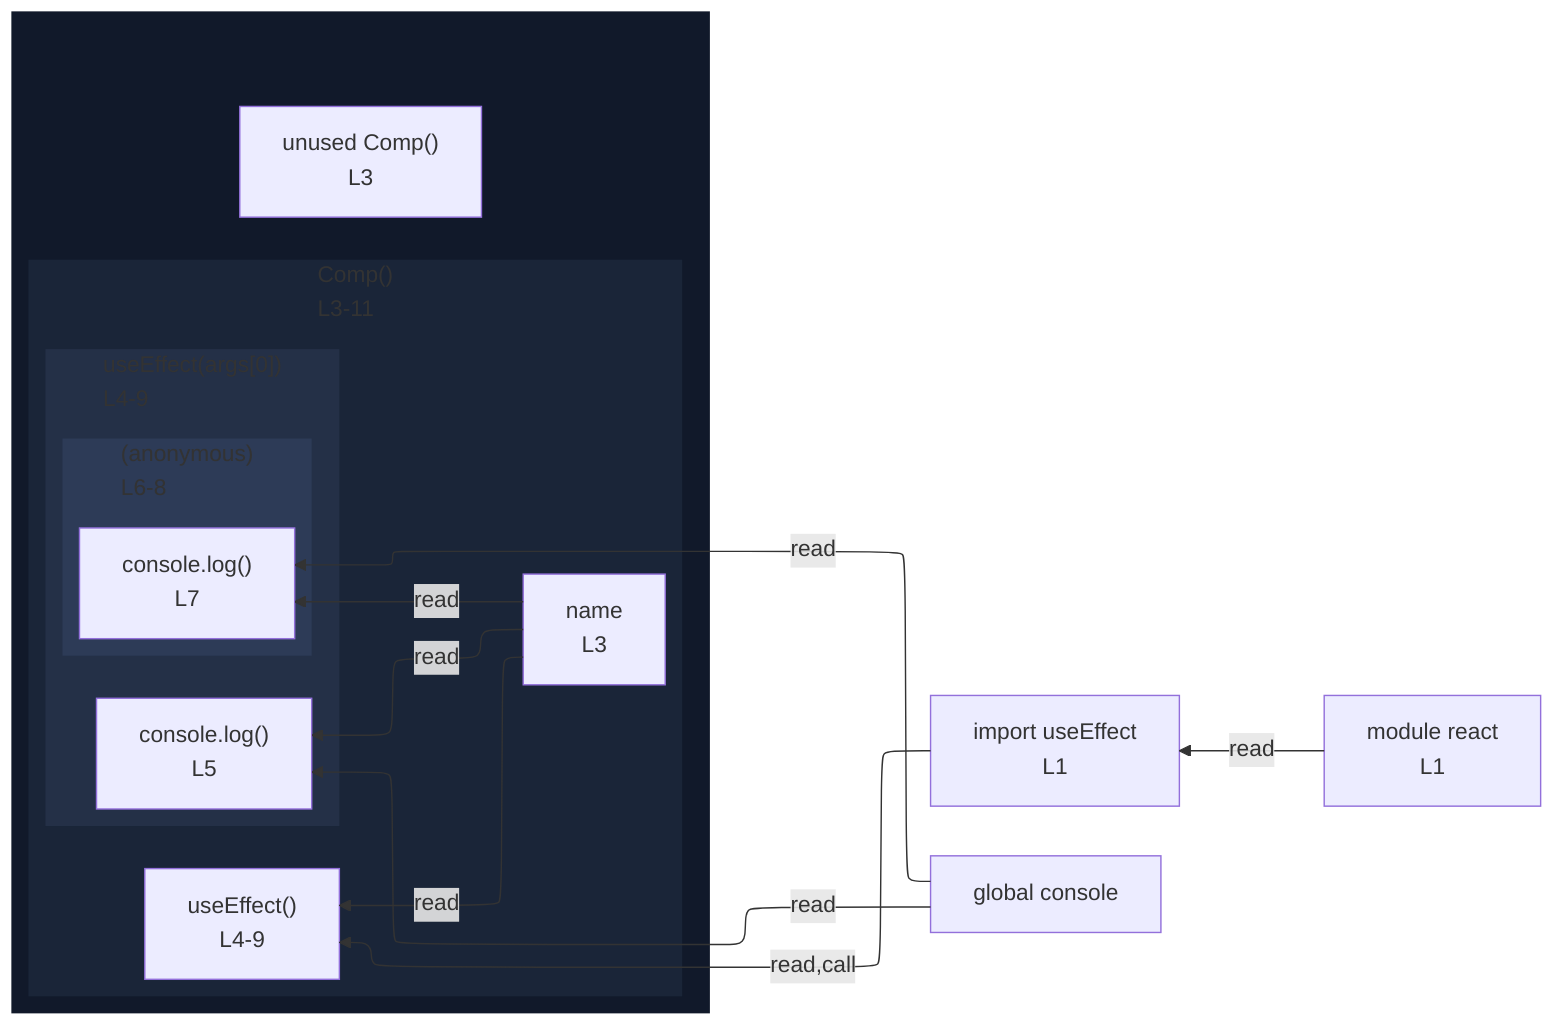
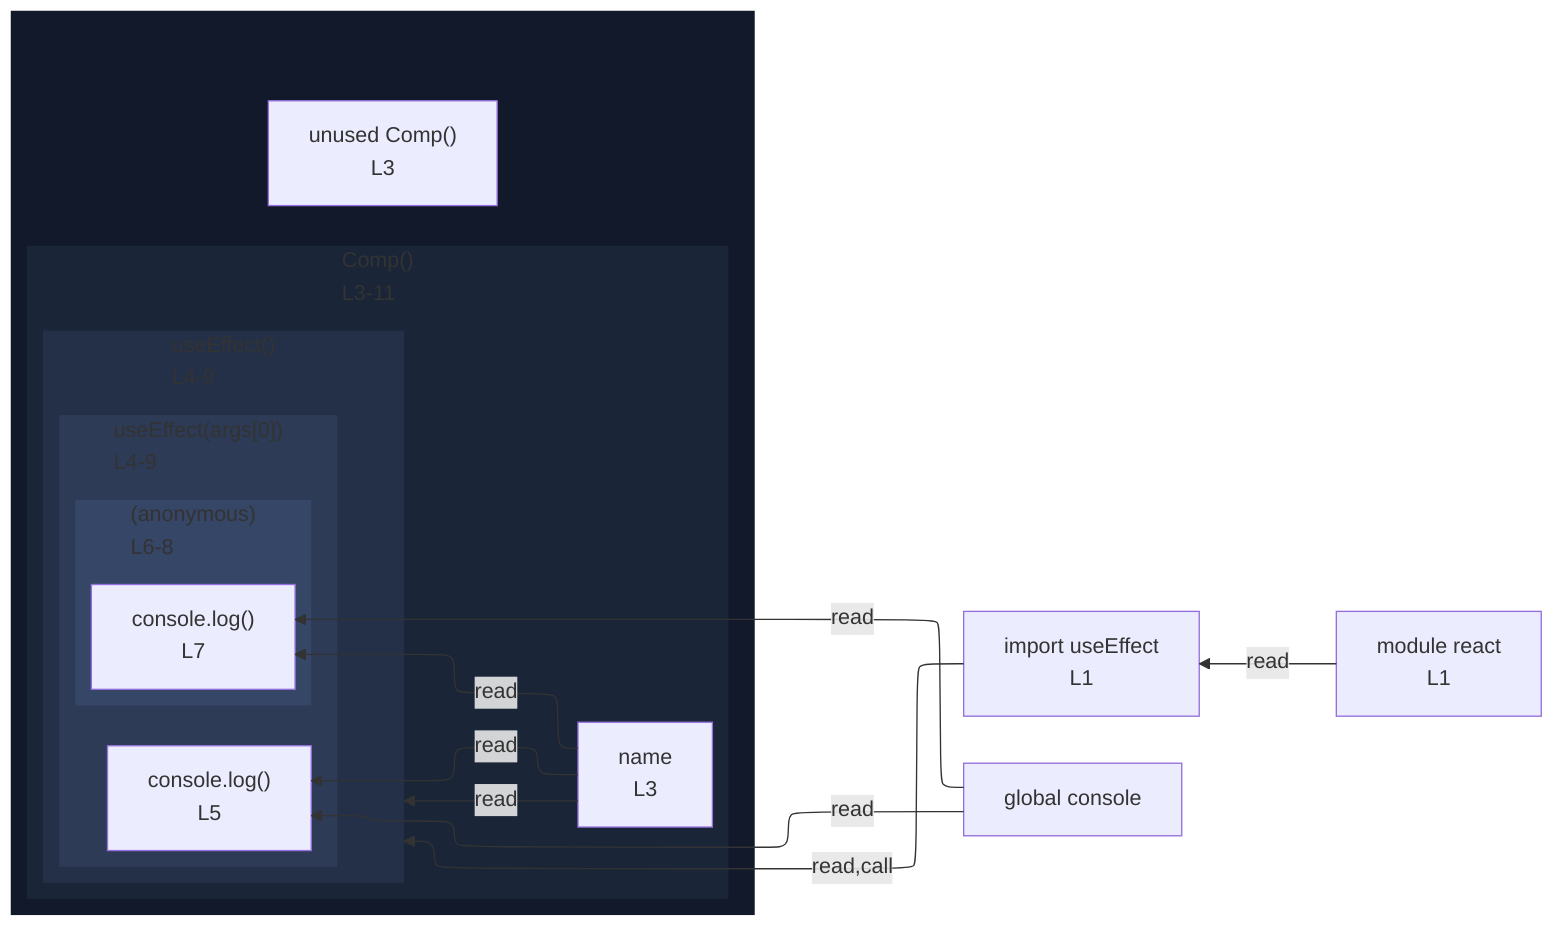
%%{init: {"flowchart": {"defaultRenderer": "elk"}}}%%
flowchart RL
  n_scope_0_useEffect_9["import useEffect<br/>L1"]
  n_scope_0_console_107["global console"]
  subgraph wrap_s_scope_1[" "]
    direction TB
    n_scope_0_Comp_42["unused Comp()<br/>L3"]
    subgraph s_scope_1["Comp()<br/>L3-11"]
      direction RL
      n_scope_1_name_52["name<br/>L3"]
-       expr_stmt_85["useEffect()<br/>L4-9"]
-       subgraph s_scope_2["useEffect(args[0])<br/>L4-9"]
+       subgraph expr_stmt_85["useEffect()<br/>L4-9"]
        direction RL
-         expr_stmt_107["console.log()<br/>L5"]
-         subgraph s_scope_3["(anonymous)<br/>L6-8"]
+         subgraph s_scope_2["useEffect(args[0])<br/>L4-9"]
          direction RL
-           expr_stmt_161["console.log()<br/>L7"]
+           expr_stmt_107["console.log()<br/>L5"]
+           subgraph s_scope_3["(anonymous)<br/>L6-8"]
+             direction RL
+             expr_stmt_161["console.log()<br/>L7"]
+           end
        end
      end
    end
  end
  n_scope_0_useEffect_9 -->|read,call| expr_stmt_85
  n_scope_0_console_107 -->|read| expr_stmt_107
  n_scope_1_name_52 -->|read| expr_stmt_107
  n_scope_0_console_107 -->|read| expr_stmt_161
  n_scope_1_name_52 -->|read| expr_stmt_161
  n_scope_1_name_52 -->|read| expr_stmt_85
  mod_react["module react<br/>L1"]
  mod_react -->|read| n_scope_0_useEffect_9
  classDef nestL1 fill:#11192a,stroke:transparent;
  class wrap_s_scope_1 nestL1;
  classDef nestL2 fill:#1a2538,stroke:transparent;
  class s_scope_1 nestL2;
  classDef nestL3 fill:#243047,stroke:transparent;
-   class s_scope_2 nestL3;
+   class expr_stmt_85 nestL3;
  classDef nestL4 fill:#2d3b57,stroke:transparent;
-   class s_scope_3 nestL4;
+   class s_scope_2 nestL4;
+   classDef nestL5 fill:#364666,stroke:transparent;
+   class s_scope_3 nestL5;
